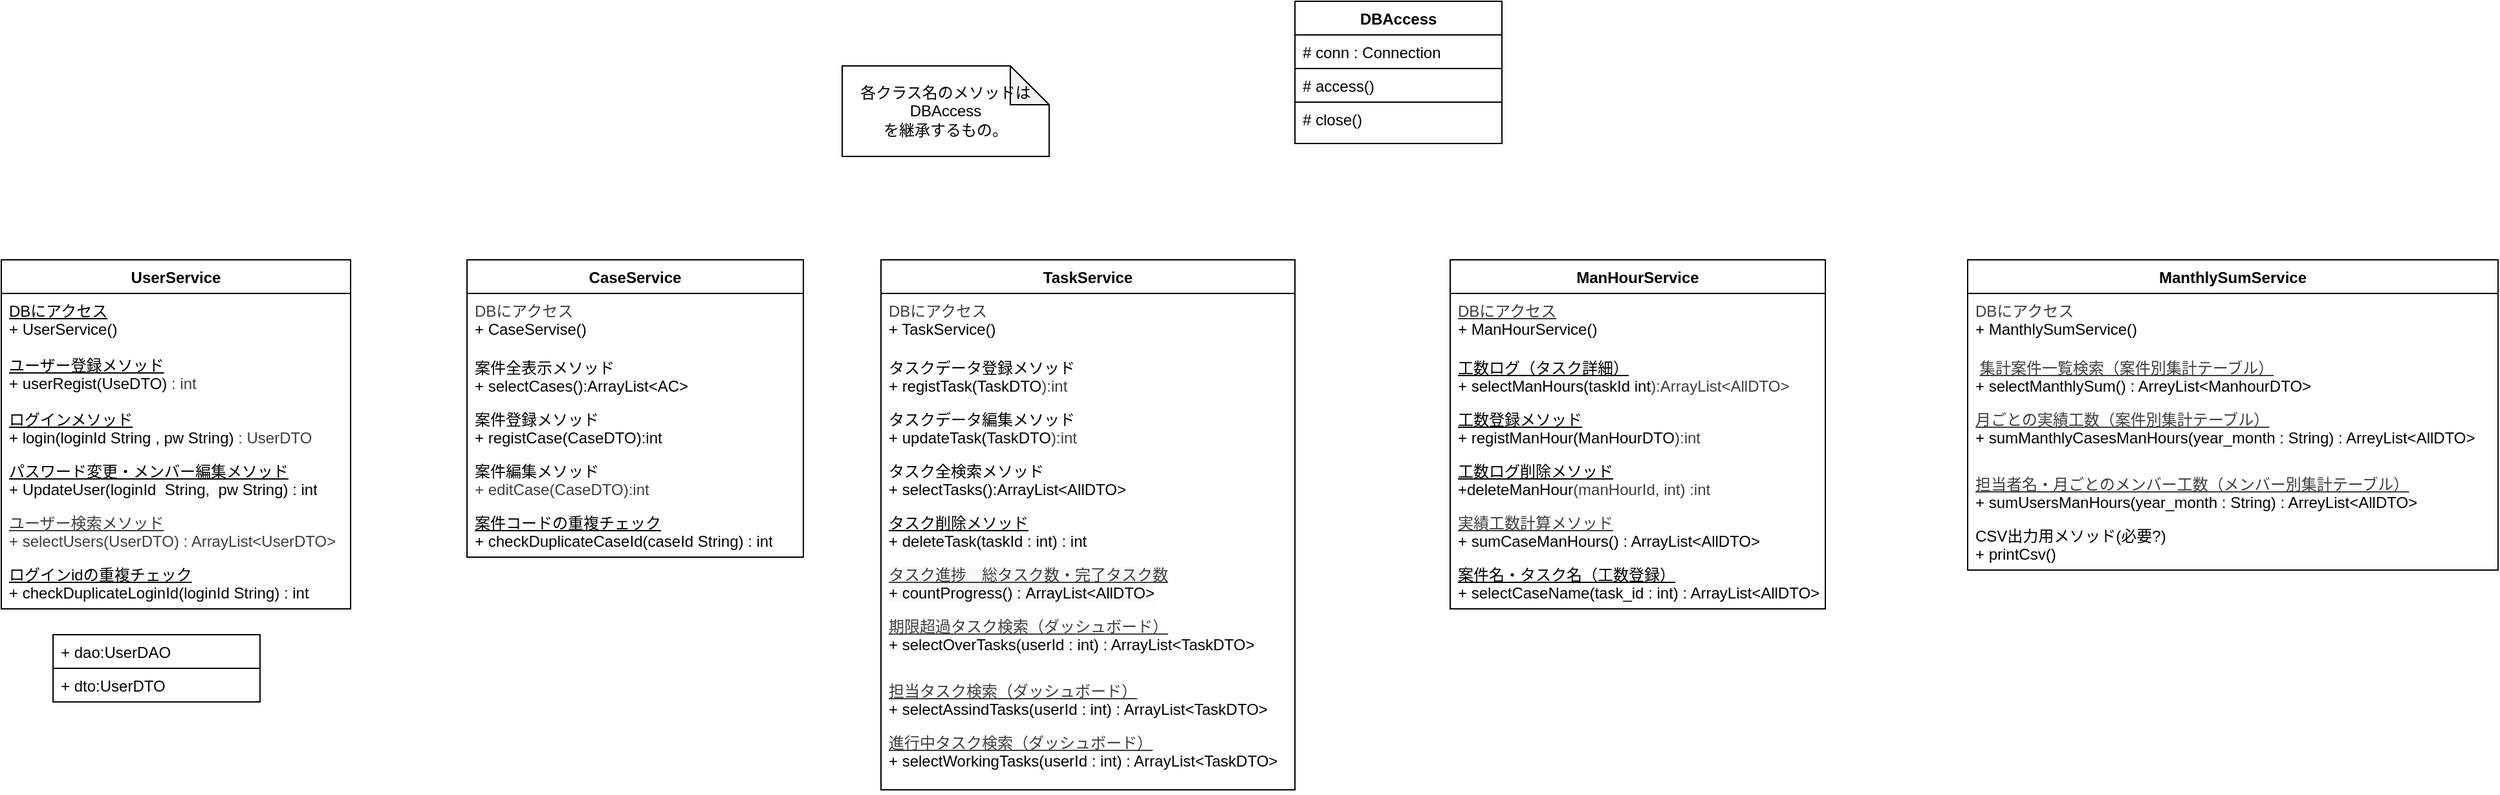
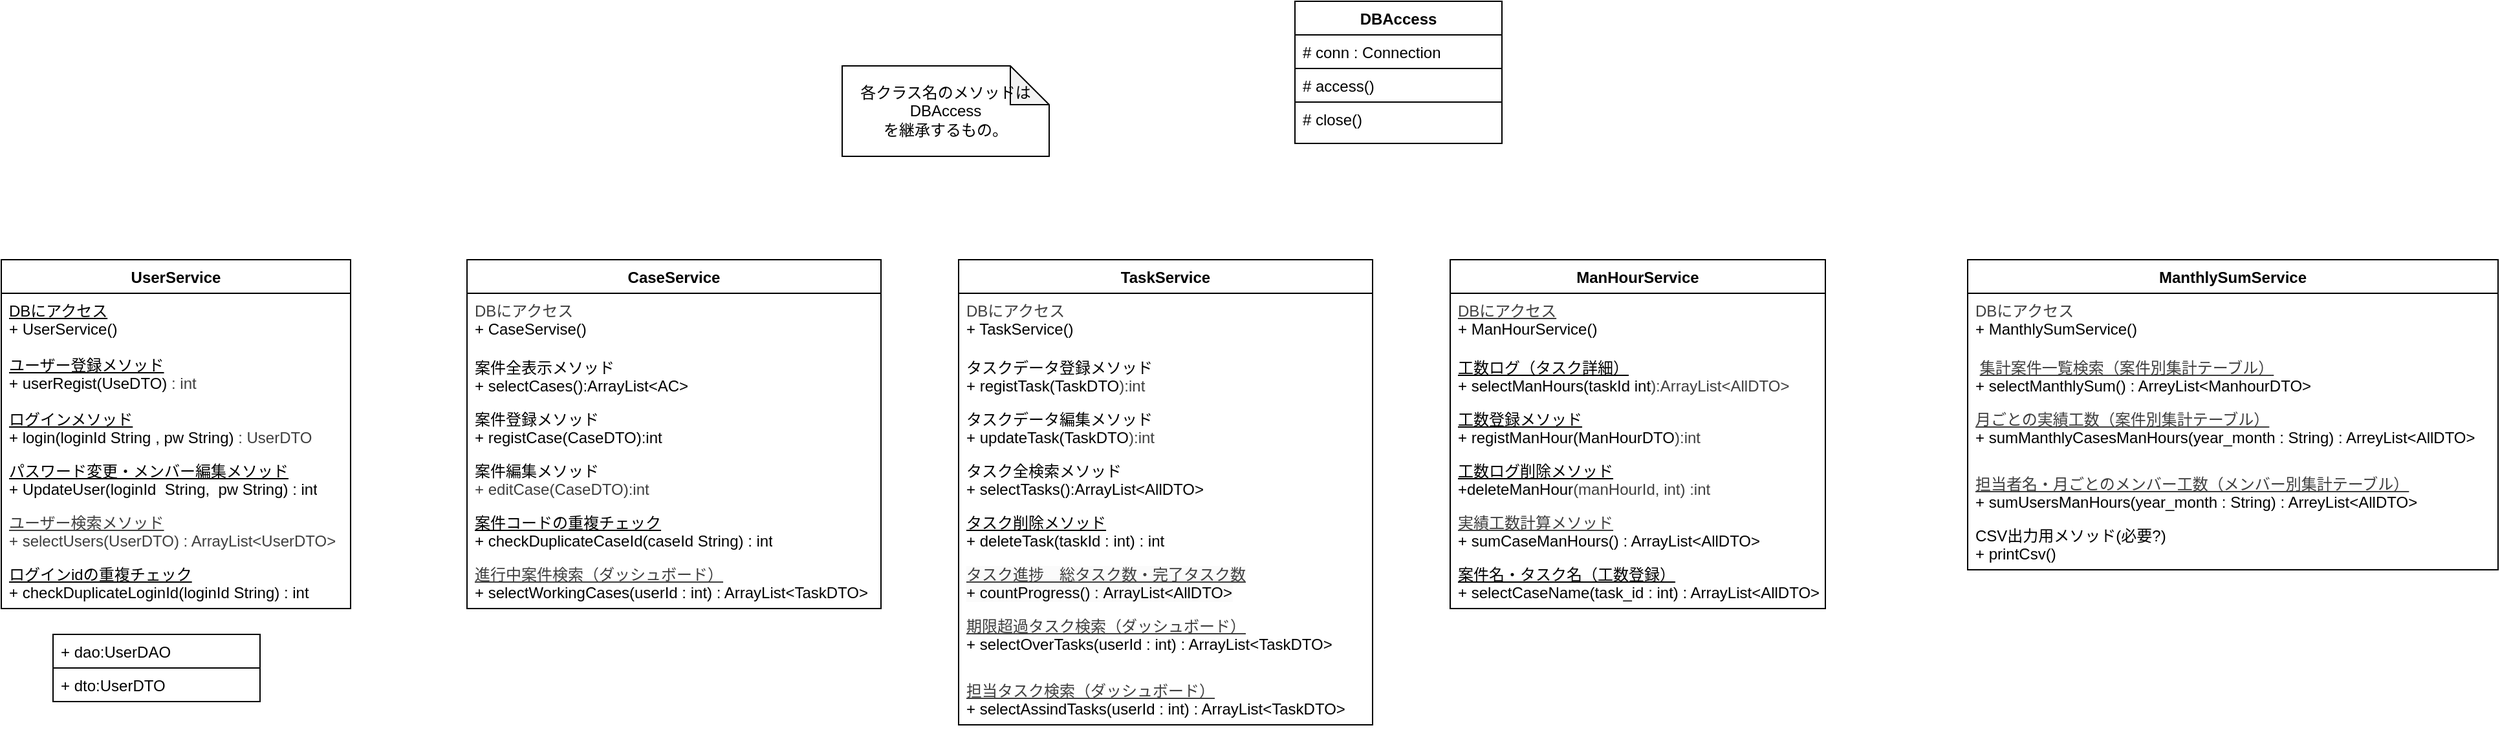
<mxfile host="65bd71144e">
    <diagram id="vtqDsGyhjbo1Ara4jLw-" name="クラス図　Service">
-         <mxGraphModel dx="1467" dy="1676" grid="1" gridSize="10" guides="1" tooltips="1" connect="1" arrows="1" fold="1" page="1" pageScale="1" pageWidth="827" pageHeight="1169" math="0" shadow="0">
+         <mxGraphModel dx="1401" dy="1623" grid="1" gridSize="10" guides="1" tooltips="1" connect="1" arrows="1" fold="1" page="1" pageScale="1" pageWidth="827" pageHeight="1169" math="0" shadow="0">
            <root>
                <mxCell id="0"/>
                <mxCell id="1" parent="0"/>
                <mxCell id="sEulbgWXGhEAaZwcWKiL-1" value="UserService" style="swimlane;fontStyle=1;align=center;verticalAlign=top;childLayout=stackLayout;horizontal=1;startSize=26;horizontalStack=0;resizeParent=1;resizeParentMax=0;resizeLast=0;collapsible=1;marginBottom=0;whiteSpace=wrap;html=1;strokeColor=default;" parent="1" vertex="1">
                    <mxGeometry x="-640" y="-520" width="270" height="270" as="geometry"/>
                </mxCell>
                <mxCell id="sEulbgWXGhEAaZwcWKiL-2" value="&lt;div&gt;&lt;font face=&quot;Helvetica&quot;&gt;&lt;u&gt;DBにアクセス&lt;/u&gt;&lt;/font&gt;&lt;/div&gt;&lt;font face=&quot;Helvetica&quot;&gt;+ UserService()&lt;/font&gt;" style="text;strokeColor=none;fillColor=none;align=left;verticalAlign=top;spacingLeft=4;spacingRight=4;overflow=hidden;rotatable=0;points=[[0,0.5],[1,0.5]];portConstraint=eastwest;whiteSpace=wrap;html=1;" parent="sEulbgWXGhEAaZwcWKiL-1" vertex="1">
                    <mxGeometry y="26" width="270" height="42" as="geometry"/>
                </mxCell>
                <mxCell id="sEulbgWXGhEAaZwcWKiL-3" value="&lt;div&gt;&lt;font face=&quot;Helvetica&quot;&gt;&lt;u&gt;ユーザー登録メソッド&lt;/u&gt;&lt;/font&gt;&lt;/div&gt;&lt;font face=&quot;Helvetica&quot;&gt;+ userRegist(UseDTO)&amp;nbsp;&lt;/font&gt;&lt;span style=&quot;color: rgb(63, 63, 63); background-color: transparent;&quot;&gt;: int&lt;/span&gt;" style="text;strokeColor=none;fillColor=none;align=left;verticalAlign=top;spacingLeft=4;spacingRight=4;overflow=hidden;rotatable=0;points=[[0,0.5],[1,0.5]];portConstraint=eastwest;whiteSpace=wrap;html=1;" parent="sEulbgWXGhEAaZwcWKiL-1" vertex="1">
                    <mxGeometry y="68" width="270" height="42" as="geometry"/>
                </mxCell>
                <mxCell id="sEulbgWXGhEAaZwcWKiL-4" value="&lt;div&gt;&lt;u&gt;ログインメソッド&lt;/u&gt;&lt;/div&gt;+ login(loginId String , pw String)&amp;nbsp;&lt;span style=&quot;color: rgb(63, 63, 63); background-color: transparent;&quot;&gt;: UserDTO&lt;/span&gt;" style="text;strokeColor=none;fillColor=none;align=left;verticalAlign=top;spacingLeft=4;spacingRight=4;overflow=hidden;rotatable=0;points=[[0,0.5],[1,0.5]];portConstraint=eastwest;whiteSpace=wrap;html=1;" parent="sEulbgWXGhEAaZwcWKiL-1" vertex="1">
                    <mxGeometry y="110" width="270" height="40" as="geometry"/>
                </mxCell>
                <mxCell id="sEulbgWXGhEAaZwcWKiL-5" value="&lt;u&gt;パスワード変更・メンバー編集メソッド&lt;/u&gt;&lt;div&gt;+ UpdateUser(loginId&amp;nbsp; String,&amp;nbsp; pw String) : int&lt;/div&gt;" style="text;strokeColor=none;fillColor=none;align=left;verticalAlign=top;spacingLeft=4;spacingRight=4;overflow=hidden;rotatable=0;points=[[0,0.5],[1,0.5]];portConstraint=eastwest;whiteSpace=wrap;html=1;" parent="sEulbgWXGhEAaZwcWKiL-1" vertex="1">
                    <mxGeometry y="150" width="270" height="40" as="geometry"/>
                </mxCell>
                <mxCell id="28" value="&lt;u style=&quot;color: rgb(63, 63, 63); scrollbar-color: rgb(226, 226, 226) rgb(251, 251, 251);&quot;&gt;ユーザー検索メソッド&lt;/u&gt;&lt;br style=&quot;color: rgb(63, 63, 63); scrollbar-color: rgb(226, 226, 226) rgb(251, 251, 251);&quot;&gt;&lt;div style=&quot;color: rgb(63, 63, 63); scrollbar-color: rgb(226, 226, 226) rgb(251, 251, 251);&quot;&gt;+ selectUsers(UserDTO) : &lt;span style=&quot;color: rgb(63, 63, 63); scrollbar-color: rgb(226, 226, 226) rgb(251, 251, 251); background-color: transparent;&quot;&gt;ArrayList&amp;lt;UserDTO&amp;gt;&lt;/span&gt;&lt;/div&gt;" style="text;strokeColor=none;fillColor=none;align=left;verticalAlign=top;spacingLeft=4;spacingRight=4;overflow=hidden;rotatable=0;points=[[0,0.5],[1,0.5]];portConstraint=eastwest;whiteSpace=wrap;html=1;" parent="sEulbgWXGhEAaZwcWKiL-1" vertex="1">
                    <mxGeometry y="190" width="270" height="40" as="geometry"/>
                </mxCell>
                <mxCell id="52" value="&lt;u&gt;ログインidの重複チェック&lt;/u&gt;&lt;div&gt;+ checkDuplicateLoginId(loginId String) : int&lt;/div&gt;" style="text;strokeColor=none;fillColor=none;align=left;verticalAlign=top;spacingLeft=4;spacingRight=4;overflow=hidden;rotatable=0;points=[[0,0.5],[1,0.5]];portConstraint=eastwest;whiteSpace=wrap;html=1;" parent="sEulbgWXGhEAaZwcWKiL-1" vertex="1">
                    <mxGeometry y="230" width="270" height="40" as="geometry"/>
                </mxCell>
                <mxCell id="sEulbgWXGhEAaZwcWKiL-6" value="DBAccess" style="swimlane;fontStyle=1;align=center;verticalAlign=top;childLayout=stackLayout;horizontal=1;startSize=26;horizontalStack=0;resizeParent=1;resizeParentMax=0;resizeLast=0;collapsible=1;marginBottom=0;whiteSpace=wrap;html=1;strokeColor=default;" parent="1" vertex="1">
                    <mxGeometry x="360" y="-720" width="160" height="110" as="geometry"/>
                </mxCell>
                <mxCell id="sEulbgWXGhEAaZwcWKiL-7" value="# conn : Connection" style="text;strokeColor=default;fillColor=none;align=left;verticalAlign=top;spacingLeft=4;spacingRight=4;overflow=hidden;rotatable=0;points=[[0,0.5],[1,0.5]];portConstraint=eastwest;whiteSpace=wrap;html=1;" parent="sEulbgWXGhEAaZwcWKiL-6" vertex="1">
                    <mxGeometry y="26" width="160" height="26" as="geometry"/>
                </mxCell>
                <mxCell id="sEulbgWXGhEAaZwcWKiL-8" value="# access()" style="text;strokeColor=default;fillColor=none;align=left;verticalAlign=top;spacingLeft=4;spacingRight=4;overflow=hidden;rotatable=0;points=[[0,0.5],[1,0.5]];portConstraint=eastwest;whiteSpace=wrap;html=1;" parent="sEulbgWXGhEAaZwcWKiL-6" vertex="1">
                    <mxGeometry y="52" width="160" height="26" as="geometry"/>
                </mxCell>
                <mxCell id="sEulbgWXGhEAaZwcWKiL-9" value="# close()" style="text;strokeColor=default;fillColor=none;align=left;verticalAlign=top;spacingLeft=4;spacingRight=4;overflow=hidden;rotatable=0;points=[[0,0.5],[1,0.5]];portConstraint=eastwest;whiteSpace=wrap;html=1;" parent="sEulbgWXGhEAaZwcWKiL-6" vertex="1">
                    <mxGeometry y="78" width="160" height="32" as="geometry"/>
                </mxCell>
                <mxCell id="sEulbgWXGhEAaZwcWKiL-10" value="CaseService" style="swimlane;fontStyle=1;align=center;verticalAlign=top;childLayout=stackLayout;horizontal=1;startSize=26;horizontalStack=0;resizeParent=1;resizeParentMax=0;resizeLast=0;collapsible=1;marginBottom=0;whiteSpace=wrap;html=1;" parent="1" vertex="1">
-                     <mxGeometry x="-280" y="-520" width="260" height="230" as="geometry"/>
+                     <mxGeometry x="-280" y="-520" width="320" height="270" as="geometry"/>
                </mxCell>
                <mxCell id="sEulbgWXGhEAaZwcWKiL-11" value="&lt;div&gt;&lt;span style=&quot;color: rgb(63, 63, 63);&quot;&gt;DBにアクセス&lt;/span&gt;&lt;/div&gt;+ CaseServise()" style="text;strokeColor=none;fillColor=none;align=left;verticalAlign=top;spacingLeft=4;spacingRight=4;overflow=hidden;rotatable=0;points=[[0,0.5],[1,0.5]];portConstraint=eastwest;whiteSpace=wrap;html=1;" parent="sEulbgWXGhEAaZwcWKiL-10" vertex="1">
-                     <mxGeometry y="26" width="260" height="44" as="geometry"/>
+                     <mxGeometry y="26" width="320" height="44" as="geometry"/>
                </mxCell>
                <mxCell id="sEulbgWXGhEAaZwcWKiL-14" value="案件全表示メソッド&lt;div&gt;&lt;div&gt;&lt;font color=&quot;#000000&quot;&gt;+ selectCases(&lt;/font&gt;&lt;span style=&quot;background-color: transparent;&quot;&gt;):ArrayList&amp;lt;AC&amp;gt;&lt;/span&gt;&lt;/div&gt;&lt;/div&gt;" style="text;strokeColor=none;fillColor=none;align=left;verticalAlign=top;spacingLeft=4;spacingRight=4;overflow=hidden;rotatable=0;points=[[0,0.5],[1,0.5]];portConstraint=eastwest;whiteSpace=wrap;html=1;" parent="sEulbgWXGhEAaZwcWKiL-10" vertex="1">
-                     <mxGeometry y="70" width="260" height="40" as="geometry"/>
+                     <mxGeometry y="70" width="320" height="40" as="geometry"/>
                </mxCell>
                <mxCell id="sEulbgWXGhEAaZwcWKiL-12" value="案件登録メソッド&lt;div&gt;&lt;font color=&quot;#000000&quot;&gt;+ registCase(CaseDTO):int&lt;/font&gt;&lt;/div&gt;" style="text;strokeColor=none;fillColor=none;align=left;verticalAlign=top;spacingLeft=4;spacingRight=4;overflow=hidden;rotatable=0;points=[[0,0.5],[1,0.5]];portConstraint=eastwest;whiteSpace=wrap;html=1;" parent="sEulbgWXGhEAaZwcWKiL-10" vertex="1">
-                     <mxGeometry y="110" width="260" height="40" as="geometry"/>
+                     <mxGeometry y="110" width="320" height="40" as="geometry"/>
                </mxCell>
                <mxCell id="41" value="&lt;span style=&quot;color: rgb(0, 0, 0);&quot;&gt;案件編集メソッド&lt;/span&gt;&lt;div style=&quot;color: rgb(63, 63, 63); scrollbar-color: rgb(226, 226, 226) rgb(251, 251, 251);&quot;&gt;&lt;font style=&quot;scrollbar-color: rgb(226, 226, 226) rgb(251, 251, 251);&quot;&gt;+ editCase(CaseDTO&lt;/font&gt;&lt;span style=&quot;color: rgb(63, 63, 63); scrollbar-color: rgb(226, 226, 226) rgb(251, 251, 251); background-color: transparent;&quot;&gt;):int&lt;/span&gt;&lt;/div&gt;" style="text;strokeColor=none;fillColor=none;align=left;verticalAlign=top;spacingLeft=4;spacingRight=4;overflow=hidden;rotatable=0;points=[[0,0.5],[1,0.5]];portConstraint=eastwest;whiteSpace=wrap;html=1;" parent="sEulbgWXGhEAaZwcWKiL-10" vertex="1">
-                     <mxGeometry y="150" width="260" height="40" as="geometry"/>
+                     <mxGeometry y="150" width="320" height="40" as="geometry"/>
                </mxCell>
                <mxCell id="53" value="&lt;u&gt;案件コードの重複チェック&lt;/u&gt;&lt;div&gt;+ checkDuplicateCaseId(caseId String) : int&lt;/div&gt;" style="text;strokeColor=none;fillColor=none;align=left;verticalAlign=top;spacingLeft=4;spacingRight=4;overflow=hidden;rotatable=0;points=[[0,0.5],[1,0.5]];portConstraint=eastwest;whiteSpace=wrap;html=1;" parent="sEulbgWXGhEAaZwcWKiL-10" vertex="1">
-                     <mxGeometry y="190" width="260" height="40" as="geometry"/>
+                     <mxGeometry y="190" width="320" height="40" as="geometry"/>
+                 </mxCell>
+                 <mxCell id="54" value="&lt;div style=&quot;scrollbar-color: rgb(226, 226, 226) rgb(251, 251, 251); color: rgb(63, 63, 63);&quot;&gt;&lt;font style=&quot;scrollbar-color: rgb(226, 226, 226) rgb(251, 251, 251); color: rgb(63, 63, 63);&quot;&gt;&lt;u style=&quot;scrollbar-color: rgb(226, 226, 226) rgb(251, 251, 251); color: rgb(63, 63, 63);&quot;&gt;進行中案件検索（ダッシュボード）&lt;/u&gt;&lt;/font&gt;&lt;/div&gt;&lt;span style=&quot;scrollbar-color: rgb(226, 226, 226) rgb(251, 251, 251); color: rgb(0, 0, 0);&quot;&gt;+ selectWorkingCases(&lt;span style=&quot;scrollbar-color: rgb(226, 226, 226) rgb(251, 251, 251); color: rgb(0, 0, 0);&quot;&gt;userId : int&lt;/span&gt;) : ArrayList&amp;lt;TaskDTO&amp;gt;&lt;/span&gt;" style="text;strokeColor=none;fillColor=none;align=left;verticalAlign=top;spacingLeft=4;spacingRight=4;overflow=hidden;rotatable=0;points=[[0,0.5],[1,0.5]];portConstraint=eastwest;whiteSpace=wrap;html=1;" vertex="1" parent="sEulbgWXGhEAaZwcWKiL-10">
+                     <mxGeometry y="230" width="320" height="40" as="geometry"/>
                </mxCell>
                <mxCell id="sEulbgWXGhEAaZwcWKiL-26" value="ManHourService" style="swimlane;fontStyle=1;align=center;verticalAlign=top;childLayout=stackLayout;horizontal=1;startSize=26;horizontalStack=0;resizeParent=1;resizeParentMax=0;resizeLast=0;collapsible=1;marginBottom=0;whiteSpace=wrap;html=1;" parent="1" vertex="1">
                    <mxGeometry x="480" y="-520" width="290" height="270" as="geometry"/>
                </mxCell>
                <mxCell id="sEulbgWXGhEAaZwcWKiL-27" value="&lt;div&gt;&lt;span style=&quot;color: rgb(63, 63, 63);&quot;&gt;&lt;u&gt;DBにアクセス&lt;/u&gt;&lt;/span&gt;&lt;/div&gt;+ ManHourService()" style="text;strokeColor=none;fillColor=none;align=left;verticalAlign=top;spacingLeft=4;spacingRight=4;overflow=hidden;rotatable=0;points=[[0,0.5],[1,0.5]];portConstraint=eastwest;whiteSpace=wrap;html=1;" parent="sEulbgWXGhEAaZwcWKiL-26" vertex="1">
                    <mxGeometry y="26" width="290" height="44" as="geometry"/>
                </mxCell>
                <mxCell id="sEulbgWXGhEAaZwcWKiL-28" value="&lt;span style=&quot;color: rgb(0, 0, 0);&quot;&gt;&lt;u&gt;工数ログ（タスク詳細）&lt;/u&gt;&lt;/span&gt;&lt;div&gt;&lt;font color=&quot;#000000&quot;&gt;+ selectManHours(taskId int&lt;/font&gt;&lt;span style=&quot;background-color: transparent; color: rgb(63, 63, 63);&quot;&gt;):ArrayList&amp;lt;AllDTO&amp;gt;&lt;/span&gt;&lt;/div&gt;" style="text;strokeColor=none;fillColor=none;align=left;verticalAlign=top;spacingLeft=4;spacingRight=4;overflow=hidden;rotatable=0;points=[[0,0.5],[1,0.5]];portConstraint=eastwest;whiteSpace=wrap;html=1;" parent="sEulbgWXGhEAaZwcWKiL-26" vertex="1">
                    <mxGeometry y="70" width="290" height="40" as="geometry"/>
                </mxCell>
                <mxCell id="sEulbgWXGhEAaZwcWKiL-29" value="&lt;u&gt;工数登録メソッド&lt;/u&gt;&lt;div&gt;+ registManHour(ManHourDTO&lt;span style=&quot;color: rgb(63, 63, 63); background-color: transparent;&quot;&gt;):int&lt;/span&gt;&lt;/div&gt;" style="text;strokeColor=none;fillColor=none;align=left;verticalAlign=top;spacingLeft=4;spacingRight=4;overflow=hidden;rotatable=0;points=[[0,0.5],[1,0.5]];portConstraint=eastwest;whiteSpace=wrap;html=1;" parent="sEulbgWXGhEAaZwcWKiL-26" vertex="1">
                    <mxGeometry y="110" width="290" height="40" as="geometry"/>
                </mxCell>
                <mxCell id="sEulbgWXGhEAaZwcWKiL-30" value="&lt;u&gt;工数ログ削除メソッド&lt;/u&gt;&lt;div&gt;+deleteManHour&lt;span style=&quot;background-color: transparent; color: rgb(63, 63, 63);&quot;&gt;(manHourId, int) :int&lt;/span&gt;&lt;/div&gt;" style="text;strokeColor=none;fillColor=none;align=left;verticalAlign=top;spacingLeft=4;spacingRight=4;overflow=hidden;rotatable=0;points=[[0,0.5],[1,0.5]];portConstraint=eastwest;whiteSpace=wrap;html=1;" parent="sEulbgWXGhEAaZwcWKiL-26" vertex="1">
                    <mxGeometry y="150" width="290" height="40" as="geometry"/>
                </mxCell>
                <mxCell id="25" value="&lt;div style=&quot;scrollbar-color: rgb(226, 226, 226) rgb(251, 251, 251); color: rgb(63, 63, 63);&quot;&gt;&lt;u style=&quot;scrollbar-color: rgb(226, 226, 226) rgb(251, 251, 251); color: rgb(63, 63, 63);&quot;&gt;実績工数計算メソッド&lt;/u&gt;&lt;/div&gt;&lt;span style=&quot;scrollbar-color: rgb(226, 226, 226) rgb(251, 251, 251); color: rgb(0, 0, 0);&quot;&gt;+ sumCaseManHours() : &lt;/span&gt;&lt;span style=&quot;scrollbar-color: rgb(226, 226, 226) rgb(251, 251, 251); color: rgb(0, 0, 0);&quot;&gt;ArrayList&amp;lt;AllDTO&amp;gt;&lt;/span&gt;" style="text;strokeColor=none;fillColor=none;align=left;verticalAlign=top;spacingLeft=4;spacingRight=4;overflow=hidden;rotatable=0;points=[[0,0.5],[1,0.5]];portConstraint=eastwest;whiteSpace=wrap;html=1;" parent="sEulbgWXGhEAaZwcWKiL-26" vertex="1">
                    <mxGeometry y="190" width="290" height="40" as="geometry"/>
                </mxCell>
                <mxCell id="27" value="&lt;u&gt;案件名・タスク名（工数登録）&lt;/u&gt;&lt;div&gt;+ selectCaseName(task_id : int) : ArrayList&amp;lt;AllDTO&amp;gt;&lt;/div&gt;" style="text;strokeColor=none;fillColor=none;align=left;verticalAlign=top;spacingLeft=4;spacingRight=4;overflow=hidden;rotatable=0;points=[[0,0.5],[1,0.5]];portConstraint=eastwest;whiteSpace=wrap;html=1;" parent="sEulbgWXGhEAaZwcWKiL-26" vertex="1">
                    <mxGeometry y="230" width="290" height="40" as="geometry"/>
                </mxCell>
                <mxCell id="sEulbgWXGhEAaZwcWKiL-31" value="ManthlySumService" style="swimlane;fontStyle=1;align=center;verticalAlign=top;childLayout=stackLayout;horizontal=1;startSize=26;horizontalStack=0;resizeParent=1;resizeParentMax=0;resizeLast=0;collapsible=1;marginBottom=0;whiteSpace=wrap;html=1;" parent="1" vertex="1">
                    <mxGeometry x="880" y="-520" width="410" height="240" as="geometry"/>
                </mxCell>
                <mxCell id="sEulbgWXGhEAaZwcWKiL-32" value="&lt;div&gt;&lt;span style=&quot;color: rgb(63, 63, 63);&quot;&gt;DBにアクセス&lt;/span&gt;&lt;/div&gt;+ ManthlySumService()" style="text;strokeColor=none;fillColor=none;align=left;verticalAlign=top;spacingLeft=4;spacingRight=4;overflow=hidden;rotatable=0;points=[[0,0.5],[1,0.5]];portConstraint=eastwest;whiteSpace=wrap;html=1;" parent="sEulbgWXGhEAaZwcWKiL-31" vertex="1">
                    <mxGeometry y="26" width="410" height="44" as="geometry"/>
                </mxCell>
                <mxCell id="sEulbgWXGhEAaZwcWKiL-33" value="&amp;nbsp;&lt;u style=&quot;color: rgb(63, 63, 63); scrollbar-color: rgb(226, 226, 226) rgb(251, 251, 251);&quot;&gt;集計案件一覧検索（案件別集計テーブル）&lt;/u&gt;&lt;div&gt;+&amp;nbsp;&lt;span style=&quot;color: rgb(0, 0, 0); background-color: transparent;&quot;&gt;selectManthlySum() : ArreyList&amp;lt;ManhourDTO&amp;gt;&lt;/span&gt;&lt;/div&gt;" style="text;strokeColor=none;fillColor=none;align=left;verticalAlign=top;spacingLeft=4;spacingRight=4;overflow=hidden;rotatable=0;points=[[0,0.5],[1,0.5]];portConstraint=eastwest;whiteSpace=wrap;html=1;" parent="sEulbgWXGhEAaZwcWKiL-31" vertex="1">
                    <mxGeometry y="70" width="410" height="40" as="geometry"/>
                </mxCell>
                <mxCell id="sEulbgWXGhEAaZwcWKiL-34" value="&lt;div style=&quot;color: rgb(63, 63, 63); scrollbar-color: rgb(226, 226, 226) rgb(251, 251, 251);&quot;&gt;&lt;span style=&quot;scrollbar-color: rgb(226, 226, 226) rgb(251, 251, 251); color: rgb(0, 0, 0);&quot;&gt;&lt;u style=&quot;color: rgb(63, 63, 63); scrollbar-color: rgb(226, 226, 226) rgb(251, 251, 251);&quot;&gt;月ごとの実績工数（案件別集計テーブル）&lt;/u&gt;&lt;/span&gt;&lt;/div&gt;&lt;span style=&quot;scrollbar-color: rgb(226, 226, 226) rgb(251, 251, 251); color: rgb(0, 0, 0);&quot;&gt;+ sumManthlyCasesManHours&lt;span style=&quot;scrollbar-color: rgb(226, 226, 226) rgb(251, 251, 251); color: rgb(0, 0, 0);&quot;&gt;(year_month : String)&lt;/span&gt; : ArreyList&amp;lt;AllDTO&amp;gt;&lt;/span&gt;" style="text;strokeColor=none;fillColor=none;align=left;verticalAlign=top;spacingLeft=4;spacingRight=4;overflow=hidden;rotatable=0;points=[[0,0.5],[1,0.5]];portConstraint=eastwest;whiteSpace=wrap;html=1;" parent="sEulbgWXGhEAaZwcWKiL-31" vertex="1">
                    <mxGeometry y="110" width="410" height="50" as="geometry"/>
                </mxCell>
                <mxCell id="50" value="&lt;div style=&quot;color: rgb(63, 63, 63); scrollbar-color: rgb(226, 226, 226) rgb(251, 251, 251);&quot;&gt;&lt;u style=&quot;color: rgb(63, 63, 63); scrollbar-color: rgb(226, 226, 226) rgb(251, 251, 251);&quot;&gt;担当者名・月ごとのメンバー工数（メンバー別集計テーブル）&lt;/u&gt;&lt;/div&gt;&lt;span style=&quot;color: rgb(0, 0, 0);&quot;&gt;+ sumUsersManHours&lt;/span&gt;&lt;span style=&quot;scrollbar-color: rgb(226, 226, 226) rgb(251, 251, 251); color: rgb(0, 0, 0);&quot;&gt;(year_month : String)&lt;/span&gt;&lt;span style=&quot;color: rgb(0, 0, 0);&quot;&gt; : &lt;/span&gt;&lt;span style=&quot;scrollbar-color: rgb(226, 226, 226) rgb(251, 251, 251); color: rgb(0, 0, 0);&quot;&gt;ArreyList&amp;lt;AllDTO&amp;gt;&lt;/span&gt;" style="text;strokeColor=none;fillColor=none;align=left;verticalAlign=top;spacingLeft=4;spacingRight=4;overflow=hidden;rotatable=0;points=[[0,0.5],[1,0.5]];portConstraint=eastwest;whiteSpace=wrap;html=1;" parent="sEulbgWXGhEAaZwcWKiL-31" vertex="1">
                    <mxGeometry y="160" width="410" height="40" as="geometry"/>
                </mxCell>
                <mxCell id="sEulbgWXGhEAaZwcWKiL-35" value="CSV出力用メソッド(必要?)&lt;div&gt;+ printCsv()&lt;/div&gt;" style="text;strokeColor=none;fillColor=none;align=left;verticalAlign=top;spacingLeft=4;spacingRight=4;overflow=hidden;rotatable=0;points=[[0,0.5],[1,0.5]];portConstraint=eastwest;whiteSpace=wrap;html=1;" parent="sEulbgWXGhEAaZwcWKiL-31" vertex="1">
                    <mxGeometry y="200" width="410" height="40" as="geometry"/>
                </mxCell>
                <mxCell id="sEulbgWXGhEAaZwcWKiL-36" value="各クラス名のメソッドは&lt;br&gt;DBAccess&lt;div&gt;を継承するもの。&lt;/div&gt;" style="shape=note;whiteSpace=wrap;html=1;backgroundOutline=1;darkOpacity=0.05;" parent="1" vertex="1">
                    <mxGeometry x="10" y="-670" width="160" height="70" as="geometry"/>
                </mxCell>
                <mxCell id="sEulbgWXGhEAaZwcWKiL-38" value="+ dto:UserDTO" style="text;strokeColor=default;fillColor=none;align=left;verticalAlign=top;spacingLeft=4;spacingRight=4;overflow=hidden;rotatable=0;points=[[0,0.5],[1,0.5]];portConstraint=eastwest;whiteSpace=wrap;html=1;" parent="1" vertex="1">
                    <mxGeometry x="-600" y="-204" width="160" height="26" as="geometry"/>
                </mxCell>
                <mxCell id="sEulbgWXGhEAaZwcWKiL-39" value="+ dao:UserDAO" style="text;strokeColor=default;fillColor=none;align=left;verticalAlign=top;spacingLeft=4;spacingRight=4;overflow=hidden;rotatable=0;points=[[0,0.5],[1,0.5]];portConstraint=eastwest;whiteSpace=wrap;html=1;" parent="1" vertex="1">
                    <mxGeometry x="-600" y="-230" width="160" height="26" as="geometry"/>
                </mxCell>
                <mxCell id="29" value="TaskService" style="swimlane;fontStyle=1;align=center;verticalAlign=top;childLayout=stackLayout;horizontal=1;startSize=26;horizontalStack=0;resizeParent=1;resizeParentMax=0;resizeLast=0;collapsible=1;marginBottom=0;whiteSpace=wrap;html=1;" parent="1" vertex="1">
-                     <mxGeometry x="40" y="-520" width="320" height="410" as="geometry"/>
+                     <mxGeometry x="100" y="-520" width="320" height="360" as="geometry"/>
                </mxCell>
                <mxCell id="30" value="&lt;div&gt;&lt;span style=&quot;color: rgb(63, 63, 63);&quot;&gt;DBにアクセス&lt;/span&gt;&lt;/div&gt;+ TaskService()" style="text;strokeColor=none;fillColor=none;align=left;verticalAlign=top;spacingLeft=4;spacingRight=4;overflow=hidden;rotatable=0;points=[[0,0.5],[1,0.5]];portConstraint=eastwest;whiteSpace=wrap;html=1;" parent="29" vertex="1">
                    <mxGeometry y="26" width="320" height="44" as="geometry"/>
                </mxCell>
                <mxCell id="31" value="タスクデータ登録メソッド&lt;div&gt;+ registTask(TaskDTO&lt;span style=&quot;color: rgb(63, 63, 63); background-color: transparent;&quot;&gt;):int&lt;/span&gt;&lt;/div&gt;" style="text;strokeColor=none;fillColor=none;align=left;verticalAlign=top;spacingLeft=4;spacingRight=4;overflow=hidden;rotatable=0;points=[[0,0.5],[1,0.5]];portConstraint=eastwest;whiteSpace=wrap;html=1;" parent="29" vertex="1">
                    <mxGeometry y="70" width="320" height="40" as="geometry"/>
                </mxCell>
                <mxCell id="32" value="タスクデータ編集メソッド&lt;div&gt;+ updateTask(TaskDTO&lt;span style=&quot;color: rgb(63, 63, 63); background-color: transparent;&quot;&gt;):int&lt;/span&gt;&lt;/div&gt;" style="text;strokeColor=none;fillColor=none;align=left;verticalAlign=top;spacingLeft=4;spacingRight=4;overflow=hidden;rotatable=0;points=[[0,0.5],[1,0.5]];portConstraint=eastwest;whiteSpace=wrap;html=1;" parent="29" vertex="1">
                    <mxGeometry y="110" width="320" height="40" as="geometry"/>
                </mxCell>
                <mxCell id="33" value="タスク全検索メソッド&lt;div&gt;&lt;font color=&quot;#000000&quot;&gt;+ selectTasks():ArrayList&amp;lt;AllDTO&amp;gt;&lt;/font&gt;&lt;/div&gt;" style="text;strokeColor=none;fillColor=none;align=left;verticalAlign=top;spacingLeft=4;spacingRight=4;overflow=hidden;rotatable=0;points=[[0,0.5],[1,0.5]];portConstraint=eastwest;whiteSpace=wrap;html=1;" parent="29" vertex="1">
                    <mxGeometry y="150" width="320" height="40" as="geometry"/>
                </mxCell>
                <mxCell id="51" value="&lt;u&gt;タスク削除メソッド&lt;/u&gt;&lt;div&gt;&lt;font style=&quot;color: rgb(0, 0, 0);&quot;&gt;+ deleteTask(taskId : int) : int&lt;/font&gt;&lt;/div&gt;" style="text;strokeColor=none;fillColor=none;align=left;verticalAlign=top;spacingLeft=4;spacingRight=4;overflow=hidden;rotatable=0;points=[[0,0.5],[1,0.5]];portConstraint=eastwest;whiteSpace=wrap;html=1;" parent="29" vertex="1">
                    <mxGeometry y="190" width="320" height="40" as="geometry"/>
                </mxCell>
                <mxCell id="47" value="&lt;div style=&quot;forced-color-adjust: none; color: rgb(63, 63, 63); scrollbar-color: rgb(226, 226, 226) rgb(251, 251, 251); font-family: Helvetica; font-size: 12px; font-style: normal; font-variant-ligatures: normal; font-variant-caps: normal; font-weight: 400; letter-spacing: normal; orphans: 2; text-align: left; text-indent: 0px; text-transform: none; widows: 2; word-spacing: 0px; -webkit-text-stroke-width: 0px; white-space: normal; background-color: rgb(251, 251, 251); text-decoration-thickness: initial; text-decoration-style: initial; text-decoration-color: initial;&quot;&gt;&lt;u style=&quot;forced-color-adjust: none; color: rgb(63, 63, 63); scrollbar-color: rgb(226, 226, 226) rgb(251, 251, 251);&quot;&gt;タスク進捗　総タスク数・完了タスク数&lt;/u&gt;&lt;/div&gt;&lt;span style=&quot;color: rgb(0, 0, 0); font-family: Helvetica; font-size: 12px; font-style: normal; font-variant-ligatures: normal; font-variant-caps: normal; font-weight: 400; letter-spacing: normal; orphans: 2; text-align: left; text-indent: 0px; text-transform: none; widows: 2; word-spacing: 0px; -webkit-text-stroke-width: 0px; white-space: normal; background-color: rgb(251, 251, 251); text-decoration-thickness: initial; text-decoration-style: initial; text-decoration-color: initial; float: none; display: inline !important;&quot;&gt;+ countProgress() :&amp;nbsp;&lt;/span&gt;&lt;span style=&quot;forced-color-adjust: none; color: light-dark(rgb(0, 0, 0), rgb(237, 237, 237)); scrollbar-color: rgb(226, 226, 226) rgb(251, 251, 251); font-family: Helvetica; font-size: 12px; font-style: normal; font-variant-ligatures: normal; font-variant-caps: normal; font-weight: 400; letter-spacing: normal; orphans: 2; text-align: left; text-indent: 0px; text-transform: none; widows: 2; word-spacing: 0px; -webkit-text-stroke-width: 0px; white-space: normal; background-color: rgb(251, 251, 251); text-decoration-thickness: initial; text-decoration-style: initial; text-decoration-color: initial;&quot;&gt;ArrayList&amp;lt;AllDTO&amp;gt;&lt;/span&gt;&lt;div&gt;&lt;br/&gt;&lt;/div&gt;" style="text;strokeColor=none;fillColor=none;align=left;verticalAlign=top;spacingLeft=4;spacingRight=4;overflow=hidden;rotatable=0;points=[[0,0.5],[1,0.5]];portConstraint=eastwest;whiteSpace=wrap;html=1;" parent="29" vertex="1">
                    <mxGeometry y="230" width="320" height="40" as="geometry"/>
                </mxCell>
                <mxCell id="45" value="&lt;div style=&quot;scrollbar-color: rgb(226, 226, 226) rgb(251, 251, 251); color: rgb(63, 63, 63);&quot;&gt;&lt;font style=&quot;color: rgb(63, 63, 63); scrollbar-color: rgb(226, 226, 226) rgb(251, 251, 251);&quot;&gt;&lt;u style=&quot;scrollbar-color: rgb(226, 226, 226) rgb(251, 251, 251); color: rgb(63, 63, 63);&quot;&gt;期限超過タスク検索（ダッシュボード）&lt;/u&gt;&lt;/font&gt;&lt;/div&gt;&lt;span style=&quot;scrollbar-color: rgb(226, 226, 226) rgb(251, 251, 251); color: rgb(0, 0, 0);&quot;&gt;+ selectOverTasks(&lt;span style=&quot;scrollbar-color: rgb(226, 226, 226) rgb(251, 251, 251); color: rgb(0, 0, 0);&quot;&gt;userId : int&lt;/span&gt;) : ArrayList&amp;lt;TaskDTO&amp;gt;&lt;/span&gt;" style="text;strokeColor=none;fillColor=none;align=left;verticalAlign=top;spacingLeft=4;spacingRight=4;overflow=hidden;rotatable=0;points=[[0,0.5],[1,0.5]];portConstraint=eastwest;whiteSpace=wrap;html=1;" parent="29" vertex="1">
                    <mxGeometry y="270" width="320" height="50" as="geometry"/>
                </mxCell>
                <mxCell id="44" value="&lt;div style=&quot;scrollbar-color: rgb(226, 226, 226) rgb(251, 251, 251); color: rgb(63, 63, 63);&quot;&gt;&lt;span style=&quot;scrollbar-color: rgb(226, 226, 226) rgb(251, 251, 251); color: rgb(0, 0, 0);&quot;&gt;&lt;u style=&quot;scrollbar-color: rgb(226, 226, 226) rgb(251, 251, 251); color: rgb(63, 63, 63);&quot;&gt;担当タスク検索（ダッシュボード）&lt;/u&gt;&lt;/span&gt;&lt;/div&gt;&lt;span style=&quot;scrollbar-color: rgb(226, 226, 226) rgb(251, 251, 251); color: rgb(0, 0, 0);&quot;&gt;+ selectAssindTasks(&lt;span style=&quot;scrollbar-color: rgb(226, 226, 226) rgb(251, 251, 251); color: rgb(0, 0, 0);&quot;&gt;userId : int&lt;/span&gt;) : ArrayList&amp;lt;TaskDTO&amp;gt;&lt;/span&gt;" style="text;strokeColor=none;fillColor=none;align=left;verticalAlign=top;spacingLeft=4;spacingRight=4;overflow=hidden;rotatable=0;points=[[0,0.5],[1,0.5]];portConstraint=eastwest;whiteSpace=wrap;html=1;" parent="29" vertex="1">
                    <mxGeometry y="320" width="320" height="40" as="geometry"/>
                </mxCell>
-                 <mxCell id="43" value="&lt;div style=&quot;scrollbar-color: rgb(226, 226, 226) rgb(251, 251, 251); color: rgb(63, 63, 63);&quot;&gt;&lt;font style=&quot;color: rgb(63, 63, 63); scrollbar-color: rgb(226, 226, 226) rgb(251, 251, 251);&quot;&gt;&lt;u style=&quot;scrollbar-color: rgb(226, 226, 226) rgb(251, 251, 251); color: rgb(63, 63, 63);&quot;&gt;進行中タスク検索（ダッシュボード）&lt;/u&gt;&lt;/font&gt;&lt;/div&gt;&lt;span style=&quot;scrollbar-color: rgb(226, 226, 226) rgb(251, 251, 251); color: rgb(0, 0, 0);&quot;&gt;+ selectWorkingTasks(&lt;span style=&quot;scrollbar-color: rgb(226, 226, 226) rgb(251, 251, 251); color: rgb(0, 0, 0);&quot;&gt;userId : int&lt;/span&gt;) : ArrayList&amp;lt;TaskDTO&amp;gt;&lt;/span&gt;" style="text;strokeColor=none;fillColor=none;align=left;verticalAlign=top;spacingLeft=4;spacingRight=4;overflow=hidden;rotatable=0;points=[[0,0.5],[1,0.5]];portConstraint=eastwest;whiteSpace=wrap;html=1;" parent="29" vertex="1">
-                     <mxGeometry y="360" width="320" height="50" as="geometry"/>
-                 </mxCell>
            </root>
        </mxGraphModel>
    </diagram>
</mxfile>